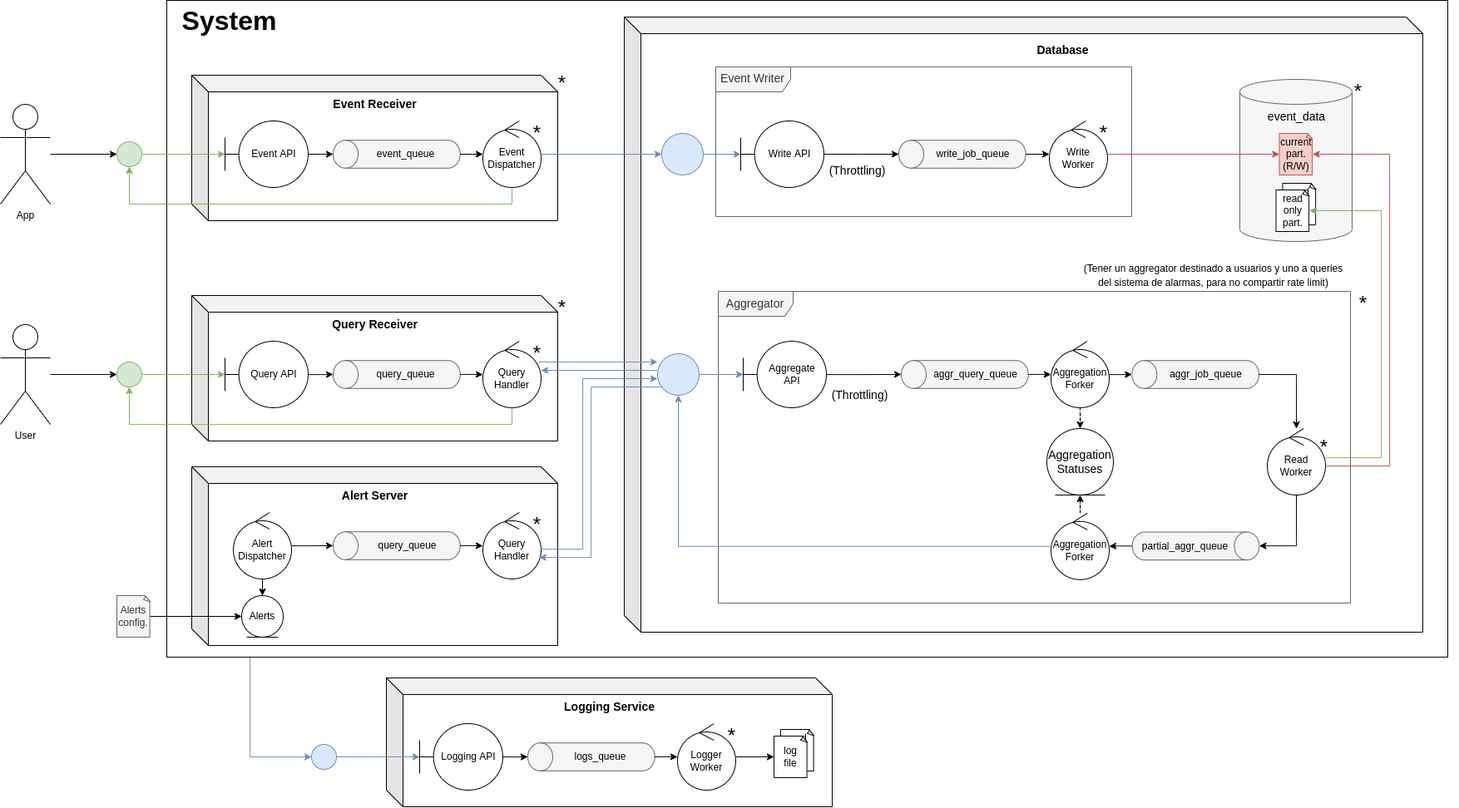
mauro7x/distribuidos keeps this draw.io diagram as TP1/docs/diagrams/robustness.png. Above is the earlier version. Source tidied: cells renumbered, new cells last; positions are measured from the earlier drawing's top-left corner, leaving out a move shared by most shapes.
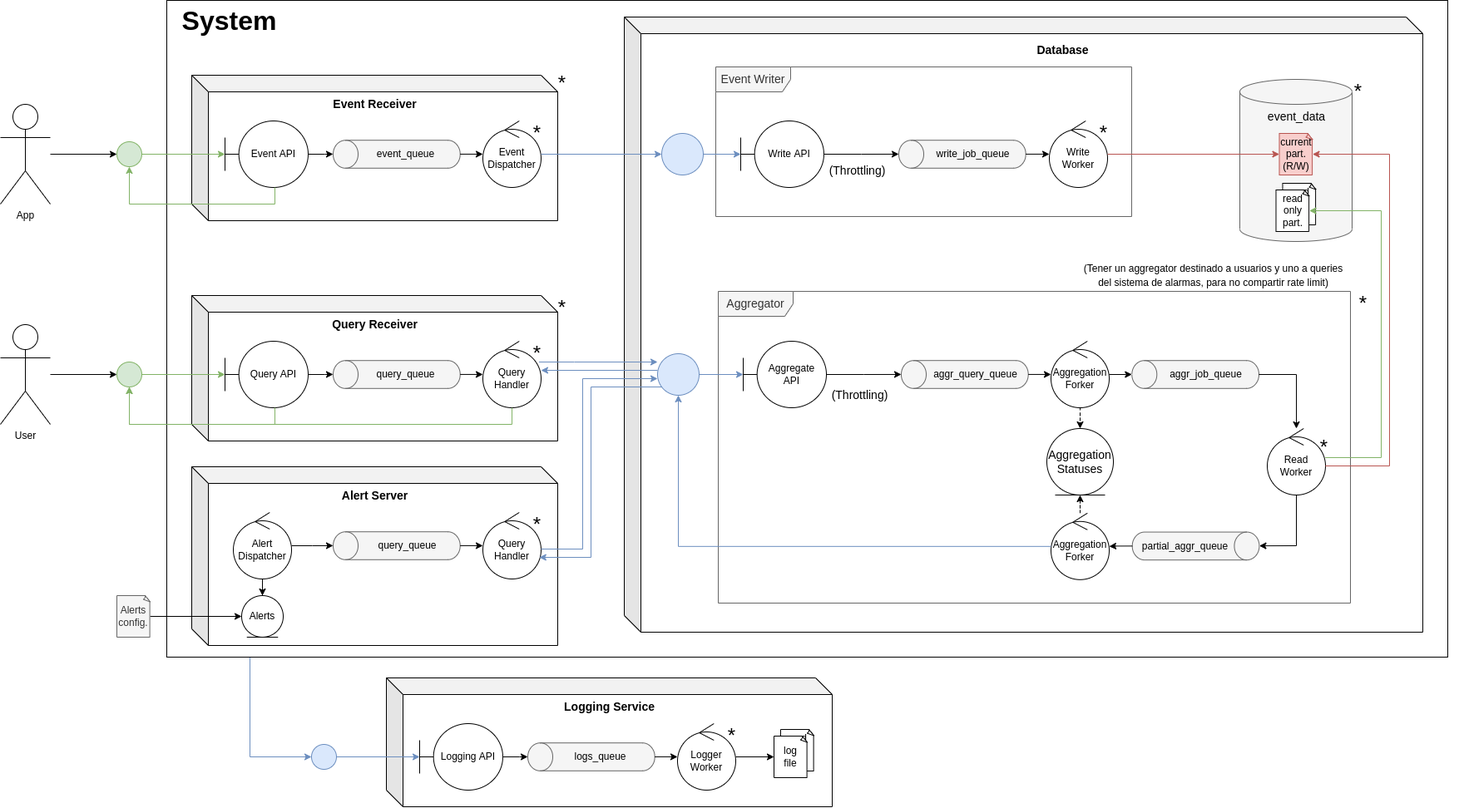
The same diagram one commit later.

The edit, as a diff of the source:
```diff
@@ -265,6 +265,14 @@
         </Array>
       </mxGeometry>
     </mxCell>
+    <mxCell id="138" style="edgeStyle=orthogonalEdgeStyle;rounded=0;jettySize=auto;html=1;fillColor=#d5e8d4;strokeColor=#82b366;" parent="66" edge="1" source="73" target="80">
+      <mxGeometry relative="1" as="geometry">
+        <Array as="points">
+          <mxPoint x="190" y="160" />
+          <mxPoint x="15" y="160" />
+        </Array>
+      </mxGeometry>
+    </mxCell>
     <mxCell id="82" style="group;" parent="1" vertex="1">
       <mxGeometry x="140" y="85" width="550" height="180" as="geometry" />
     </mxCell>
@@ -310,10 +318,10 @@
     <mxCell id="96" style="ellipse;whiteSpace=wrap;html=1;fontSize=14;fillColor=#d5e8d4;strokeColor=#82b366;" parent="82" vertex="1">
       <mxGeometry y="85" width="30" height="30" as="geometry" />
     </mxCell>
-    <mxCell id="97" style="edgeStyle=orthogonalEdgeStyle;rounded=0;jettySize=auto;html=1;fontSize=32;fontColor=#000000;fillColor=#d5e8d4;strokeColor=#82b366;" parent="82" edge="1" source="90" target="96">
+    <mxCell id="97" style="edgeStyle=orthogonalEdgeStyle;rounded=0;jettySize=auto;html=1;fontSize=32;fontColor=#000000;fillColor=#d5e8d4;strokeColor=#82b366;" parent="82" edge="1" source="89" target="96">
       <mxGeometry relative="1" as="geometry">
         <Array as="points">
-          <mxPoint x="475" y="160" />
+          <mxPoint x="190" y="160" />
           <mxPoint x="15" y="160" />
         </Array>
       </mxGeometry>
```
